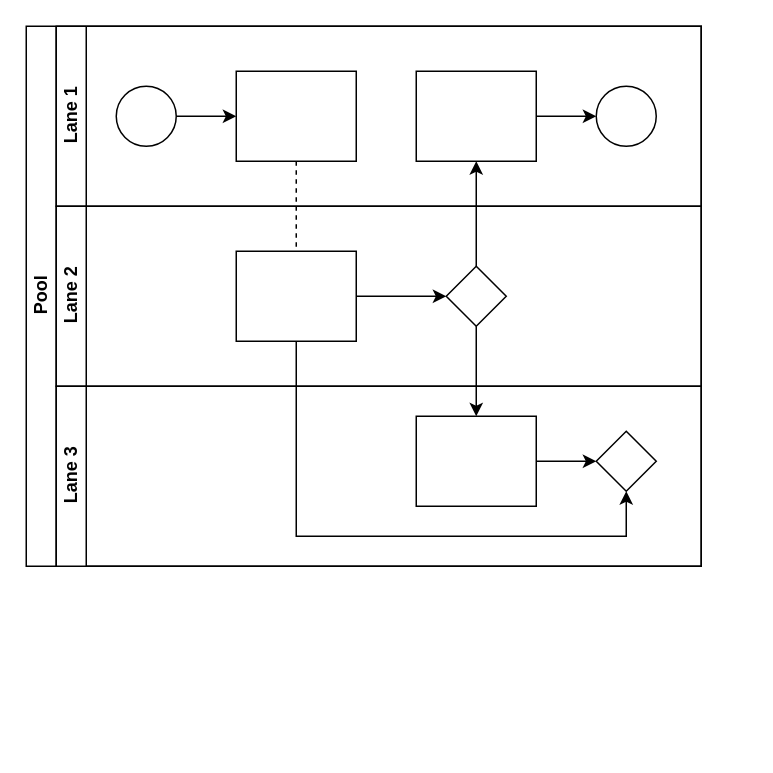
Earlier version of the draw.io diagram 历史导出活动图.drawio (PomeloLemon/SoftwareDiagrams). Source tidied: cells renumbered, new cells numbered last; positions are measured from the earlier drawing's top-left corner, leaving out a move shared by most shapes. Both pictures are drawn from the tidied source at 150%, with x=0, y=0 at pixel (26, 26).
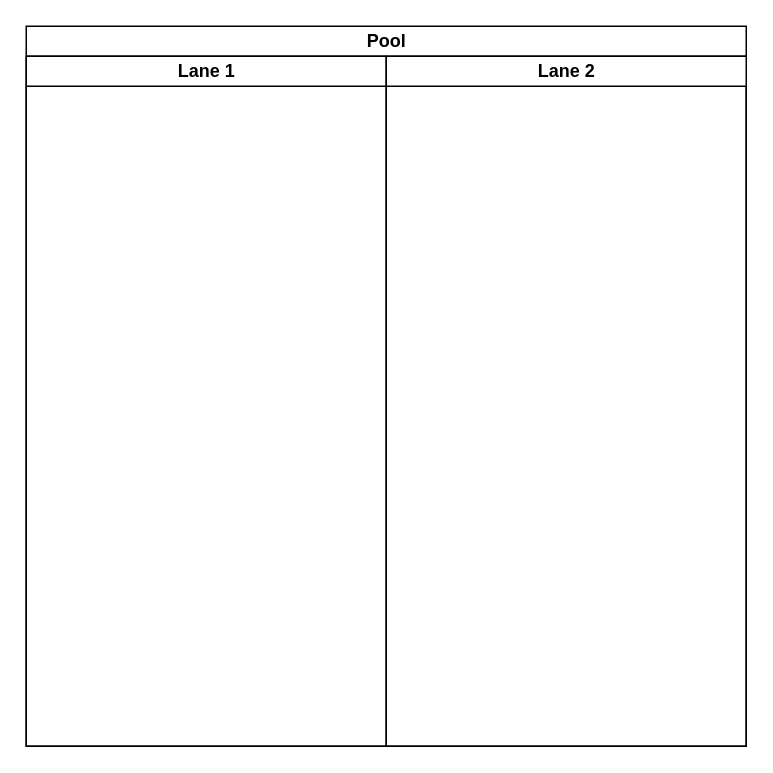
After the change.

Commit message (it also covers changes not shown here):
更新历史导出活动图.drawio

What changed in the source:
```diff
@@
-    <mxCell id="2" value="Pool" style="swimlane;html=1;horizontal=0;startSize=20;" parent="1" vertex="1">
-      <mxGeometry width="450" height="360" as="geometry" />
+    <mxCell id="2" value="Pool" style="swimlane;startSize=20;html=1;" parent="1" vertex="1">
+      <mxGeometry width="480" height="480" as="geometry" />
     </mxCell>
-    <mxCell id="3" style="edgeStyle=orthogonalEdgeStyle;rounded=0;jettySize=auto;html=1;dashed=1;endArrow=none;endFill=0;" parent="2" edge="1" source="10" target="16">
-      <mxGeometry relative="1" as="geometry" />
-    </mxCell>
-    <mxCell id="4" style="edgeStyle=orthogonalEdgeStyle;rounded=0;jettySize=auto;html=1;endArrow=classic;endFill=1;" parent="2" edge="1" source="17" target="12">
-      <mxGeometry relative="1" as="geometry" />
-    </mxCell>
-    <mxCell id="5" style="edgeStyle=orthogonalEdgeStyle;rounded=0;jettySize=auto;html=1;endArrow=classic;endFill=1;" parent="2" edge="1" source="17" target="20">
-      <mxGeometry relative="1" as="geometry" />
-    </mxCell>
-    <mxCell id="6" style="edgeStyle=orthogonalEdgeStyle;rounded=0;jettySize=auto;html=1;endArrow=classic;endFill=1;" parent="2" edge="1" source="16" target="21">
-      <mxGeometry relative="1" as="geometry">
-        <Array as="points">
-          <mxPoint x="180" y="340" />
-          <mxPoint x="400" y="340" />
-        </Array>
-      </mxGeometry>
-    </mxCell>
-    <mxCell id="7" value="Lane 1" style="swimlane;html=1;startSize=20;horizontal=0;" parent="2" vertex="1">
-      <mxGeometry x="20" width="430" height="120" as="geometry" />
+    <mxCell id="7" value="Lane 1" style="swimlane;startSize=20;html=1;" parent="2" vertex="1">
+      <mxGeometry y="20" width="240" height="460" as="geometry" />
     </mxCell>
-    <mxCell id="8" style="edgeStyle=orthogonalEdgeStyle;rounded=0;jettySize=auto;html=1;" parent="7" edge="1" source="9" target="10">
-      <mxGeometry relative="1" as="geometry" />
-    </mxCell>
-    <mxCell id="9" style="ellipse;whiteSpace=wrap;html=1;" parent="7" vertex="1">
-      <mxGeometry x="40" y="40" width="40" height="40" as="geometry" />
-    </mxCell>
-    <mxCell id="10" style="rounded=0;whiteSpace=wrap;html=1;fontFamily=Helvetica;fontSize=12;fontColor=#000000;align=center;" parent="7" vertex="1">
-      <mxGeometry x="120" y="30" width="80" height="60" as="geometry" />
-    </mxCell>
-    <mxCell id="11" style="edgeStyle=orthogonalEdgeStyle;rounded=0;jettySize=auto;html=1;endArrow=classic;endFill=1;" parent="7" edge="1" source="12" target="13">
-      <mxGeometry relative="1" as="geometry" />
-    </mxCell>
-    <mxCell id="12" style="rounded=0;whiteSpace=wrap;html=1;fontFamily=Helvetica;fontSize=12;fontColor=#000000;align=center;" parent="7" vertex="1">
-      <mxGeometry x="240" y="30" width="80" height="60" as="geometry" />
-    </mxCell>
-    <mxCell id="13" style="ellipse;whiteSpace=wrap;html=1;" parent="7" vertex="1">
-      <mxGeometry x="360" y="40" width="40" height="40" as="geometry" />
-    </mxCell>
-    <mxCell id="14" value="Lane 2" style="swimlane;html=1;startSize=20;horizontal=0;" parent="2" vertex="1">
-      <mxGeometry x="20" y="120" width="430" height="120" as="geometry" />
+    <mxCell id="14" value="Lane 2" style="swimlane;startSize=20;html=1;" parent="2" vertex="1">
+      <mxGeometry x="240" y="20" width="240" height="460" as="geometry" />
     </mxCell>
-    <mxCell id="15" style="edgeStyle=orthogonalEdgeStyle;rounded=0;jettySize=auto;html=1;endArrow=classic;endFill=1;" parent="14" edge="1" source="16" target="17">
-      <mxGeometry relative="1" as="geometry" />
-    </mxCell>
-    <mxCell id="16" style="rounded=0;whiteSpace=wrap;html=1;fontFamily=Helvetica;fontSize=12;fontColor=#000000;align=center;" parent="14" vertex="1">
-      <mxGeometry x="120" y="30" width="80" height="60" as="geometry" />
-    </mxCell>
-    <mxCell id="17" style="rhombus;whiteSpace=wrap;html=1;fontFamily=Helvetica;fontSize=12;fontColor=#000000;align=center;" parent="14" vertex="1">
-      <mxGeometry x="260" y="40" width="40" height="40" as="geometry" />
-    </mxCell>
-    <mxCell id="18" value="Lane 3" style="swimlane;html=1;startSize=20;horizontal=0;" parent="2" vertex="1">
-      <mxGeometry x="20" y="240" width="430" height="120" as="geometry" />
-    </mxCell>
-    <mxCell id="19" style="edgeStyle=orthogonalEdgeStyle;rounded=0;jettySize=auto;html=1;endArrow=classic;endFill=1;" parent="18" edge="1" source="20" target="21">
-      <mxGeometry relative="1" as="geometry" />
-    </mxCell>
-    <mxCell id="20" style="rounded=0;whiteSpace=wrap;html=1;fontFamily=Helvetica;fontSize=12;fontColor=#000000;align=center;" parent="18" vertex="1">
-      <mxGeometry x="240" y="20" width="80" height="60" as="geometry" />
-    </mxCell>
-    <mxCell id="21" style="rhombus;whiteSpace=wrap;html=1;fontFamily=Helvetica;fontSize=12;fontColor=#000000;align=center;" parent="18" vertex="1">
-      <mxGeometry x="360" y="30" width="40" height="40" as="geometry" />
-    </mxCell>
```
